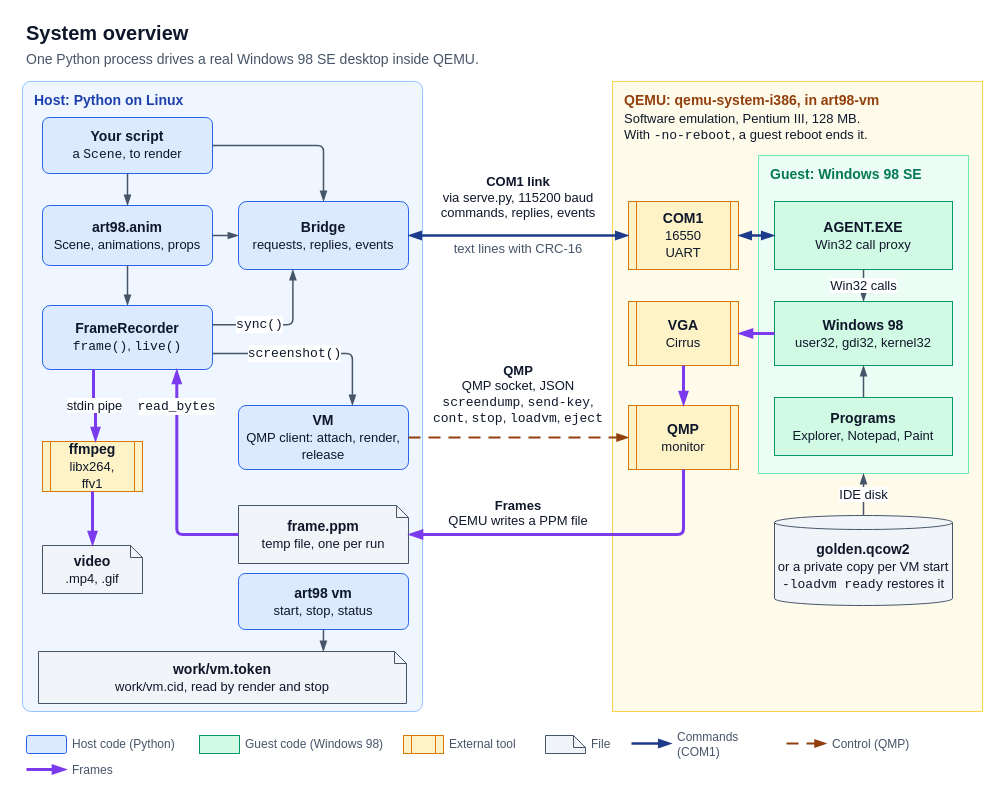
The draw.io diagram docs/diagrams/system-overview.drawio in StanLukuvka/98artware, before the edit. Source tidied: cells renumbered, new cells numbered last; positions are measured from the earlier drawing's top-left corner, leaving out a move shared by most shapes. Both pictures are drawn from the tidied source at 100%, with x=0, y=0 at pixel (22, 17).
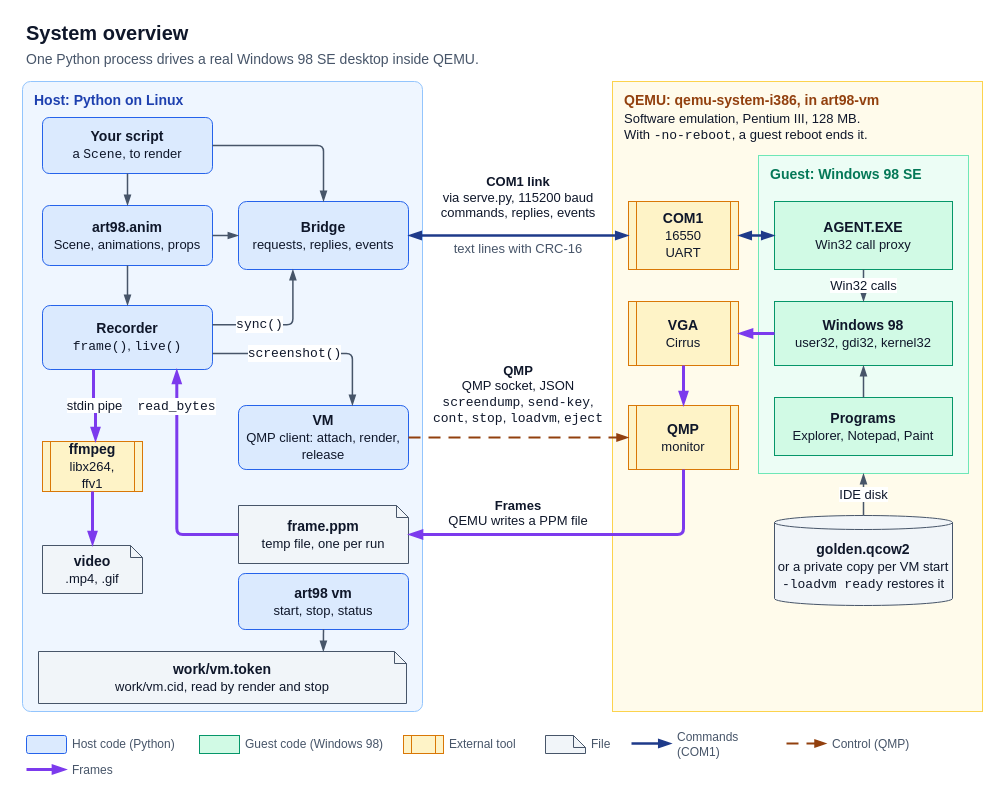
Above is the later version.

The change refers to these unchanged cells:
```xml
<mxCell id="4" value="Host: Python on Linux" style="fillColor=#EFF6FF;strokeColor=#93C5FD;fontColor=#1E40AF;rounded=1;arcSize=2;whiteSpace=wrap;html=1;fontFamily=Helvetica;fontSize=14;fontStyle=1;align=left;verticalAlign=top;spacingLeft=10;spacingTop=4;" parent="1" vertex="1">
  <mxGeometry y="64" width="400" height="630" as="geometry" />
</mxCell>
```

The edit, as a diff of the source:
```diff
@@
-    <mxCell id="7" value="&lt;b style=&quot;font-size:14px&quot;&gt;FrameRecorder&lt;/b&gt;&lt;br&gt;&lt;span style=&quot;font-size:13px&quot;&gt;&lt;font face=&quot;Courier New&quot;&gt;frame()&lt;/font&gt;, &lt;font face=&quot;Courier New&quot;&gt;live()&lt;/font&gt;&lt;/span&gt;" style="rounded=1;arcSize=12;fillColor=#DBEAFE;strokeColor=#2563EB;whiteSpace=wrap;html=1;fontFamily=Helvetica;fontSize=14;fontColor=#0F172A;align=center;verticalAlign=middle;spacing=4;" parent="4" vertex="1">
+    <mxCell id="7" value="&lt;b style=&quot;font-size:14px&quot;&gt;Recorder&lt;/b&gt;&lt;br&gt;&lt;span style=&quot;font-size:13px&quot;&gt;&lt;font face=&quot;Courier New&quot;&gt;frame()&lt;/font&gt;, &lt;font face=&quot;Courier New&quot;&gt;live()&lt;/font&gt;&lt;/span&gt;" style="rounded=1;arcSize=12;fillColor=#DBEAFE;strokeColor=#2563EB;whiteSpace=wrap;html=1;fontFamily=Helvetica;fontSize=14;fontColor=#0F172A;align=center;verticalAlign=middle;spacing=4;" parent="4" vertex="1">
       <mxGeometry x="20" y="224" width="170" height="64" as="geometry" />
     </mxCell>
```
